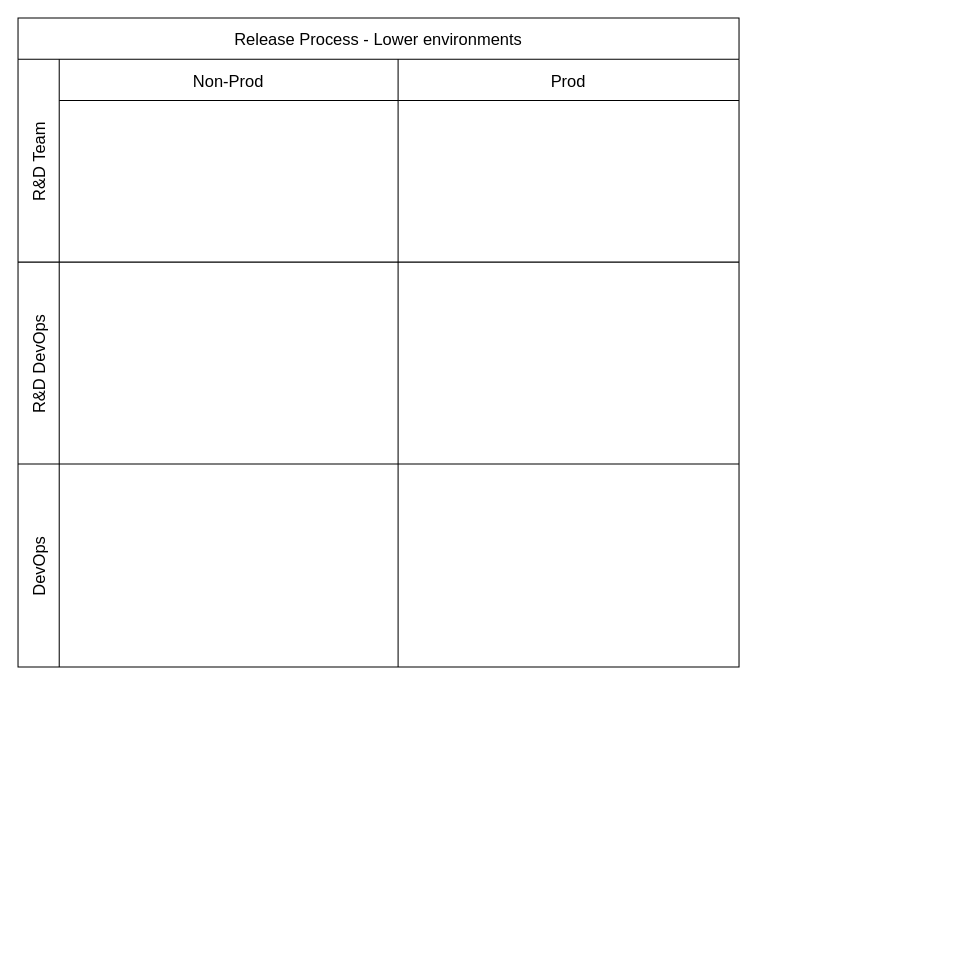
This is Release process.drawio from prasad-gsk-IBM/myibmrepo-prasad, a draw.io file, before an edit. Source tidied: cells renumbered, new cells numbered last; positions are measured from the earlier drawing's top-left corner, leaving out a move shared by most shapes. Both pictures are drawn from the tidied source at 103%, with x=0, y=0 at pixel (18, 18).
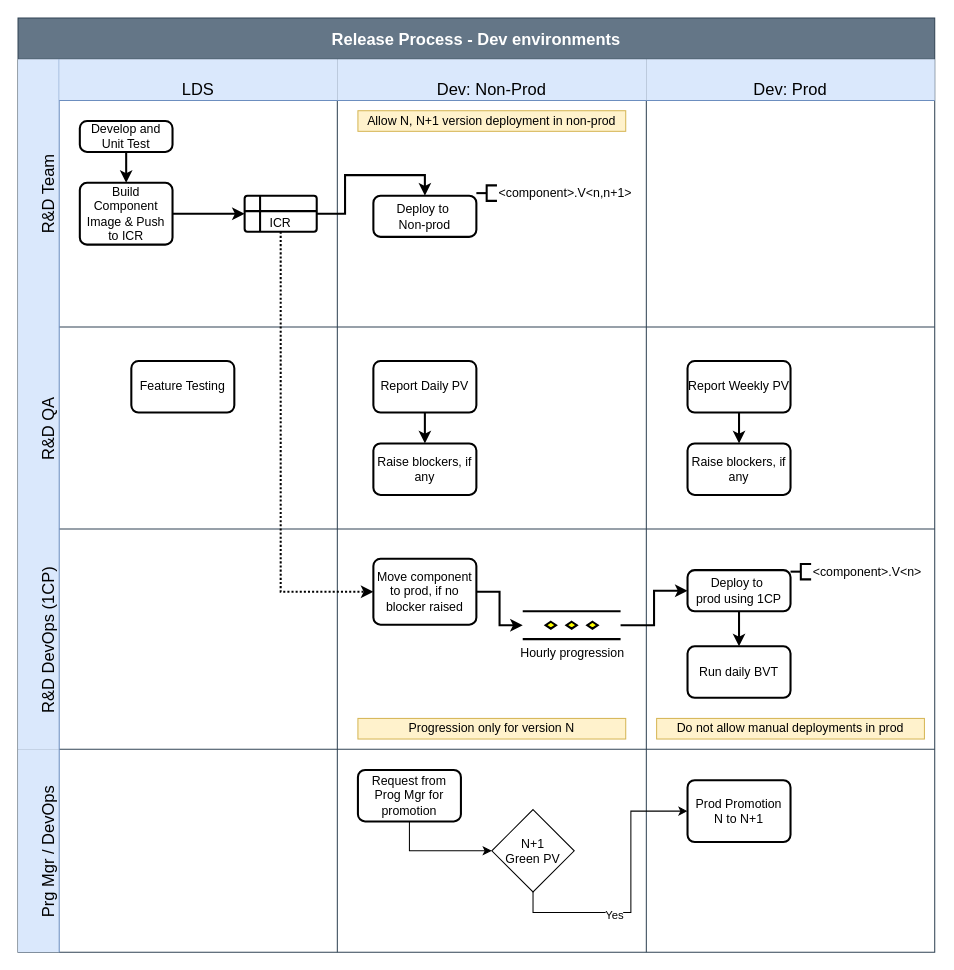
After the change.

What changed in the source:
```diff
@@
-    <mxCell id="2" value="Release Process - Lower environments" style="shape=table;childLayout=tableLayout;startSize=40;fontSize=16;" parent="1" vertex="1">
-      <mxGeometry width="700" height="630" as="geometry" />
+    <mxCell id="2" value="Release Process - Dev environments" style="shape=table;childLayout=tableLayout;startSize=40;fontSize=16;fontStyle=1;fillColor=#647687;fontColor=#ffffff;strokeColor=#314354;" parent="1" vertex="1">
+      <mxGeometry width="890" height="907" as="geometry" />
     </mxCell>
-    <mxCell id="3" value="R&amp;D Team" style="shape=tableRow;horizontal=0;swimlaneHead=0;swimlaneBody=0;top=0;left=0;strokeColor=inherit;bottom=0;right=0;fontStyle=0;fillColor=none;startSize=40;fontSize=16;flipV=0;flipH=0;" parent="2" vertex="1">
-      <mxGeometry y="40" width="700" height="197" as="geometry" />
+    <mxCell id="3" value="R&amp;D Team" style="shape=tableRow;horizontal=0;swimlaneHead=0;swimlaneBody=0;top=0;left=0;strokeColor=#6c8ebf;bottom=0;right=0;fontStyle=0;fillColor=#dae8fc;startSize=40;fontSize=16;flipV=0;flipH=0;verticalAlign=bottom;" parent="2" vertex="1">
+      <mxGeometry y="40" width="890" height="260" as="geometry" />
     </mxCell>
+    <mxCell id="12" value="LDS" style="swimlane;swimlaneHead=0;swimlaneBody=0;fontStyle=0;strokeColor=#6c8ebf;fillColor=#dae8fc;startSize=40;fontSize=16;verticalAlign=bottom;" parent="3" vertex="1">
+      <mxGeometry x="40" width="270" height="260" as="geometry" />
+    </mxCell>
+    <mxCell id="13" style="edgeStyle=orthogonalEdgeStyle;rounded=0;jettySize=auto;html=1;exitX=0.5;exitY=1;exitDx=0;exitDy=0;entryX=0.5;entryY=0;entryDx=0;entryDy=0;strokeWidth=2;" parent="12" edge="1" source="14" target="16">
+      <mxGeometry relative="1" as="geometry" />
+    </mxCell>
+    <mxCell id="14" value="Develop and Unit Test" style="rounded=1;whiteSpace=wrap;html=1;absoluteArcSize=1;arcSize=14;strokeWidth=2;" parent="12" vertex="1">
+      <mxGeometry x="20" y="60" width="90" height="30" as="geometry" />
+    </mxCell>
+    <mxCell id="15" style="edgeStyle=orthogonalEdgeStyle;rounded=0;jettySize=auto;html=1;exitX=1;exitY=0.5;exitDx=0;exitDy=0;entryX=0;entryY=0.5;entryDx=0;entryDy=0;strokeWidth=2;" parent="12" edge="1" source="16" target="17">
+      <mxGeometry relative="1" as="geometry" />
+    </mxCell>
+    <mxCell id="16" value="Build Component Image &amp;amp; Push to ICR" style="rounded=1;whiteSpace=wrap;html=1;absoluteArcSize=1;arcSize=14;strokeWidth=2;" parent="12" vertex="1">
+      <mxGeometry x="20" y="120" width="90" height="60" as="geometry" />
+    </mxCell>
+    <mxCell id="17" value="ICR" style="shape=internalStorage;whiteSpace=wrap;html=1;dx=15;dy=15;rounded=1;arcSize=8;strokeWidth=2;verticalAlign=bottom;" parent="12" vertex="1">
+      <mxGeometry x="180" y="132.5" width="70" height="35" as="geometry" />
+    </mxCell>
-    <mxCell id="4" value="Non-Prod" style="swimlane;swimlaneHead=0;swimlaneBody=0;fontStyle=0;strokeColor=inherit;fillColor=none;startSize=40;fontSize=16;" parent="3" vertex="1">
-      <mxGeometry x="40" width="329" height="197" as="geometry" />
+    <mxCell id="4" value="Dev: Non-Prod" style="swimlane;swimlaneHead=0;swimlaneBody=0;fontStyle=0;strokeColor=#6c8ebf;fillColor=#dae8fc;startSize=40;fontSize=16;verticalAlign=bottom;" parent="3" vertex="1">
+      <mxGeometry x="310" width="300" height="260" as="geometry" />
     </mxCell>
+    <mxCell id="18" value="Deploy to&amp;nbsp;&lt;div&gt;Non-prod&lt;/div&gt;" style="rounded=1;whiteSpace=wrap;html=1;absoluteArcSize=1;arcSize=14;strokeWidth=2;" parent="4" vertex="1">
+      <mxGeometry x="35" y="132.5" width="100" height="40" as="geometry" />
+    </mxCell>
+    <mxCell id="19" value="&amp;lt;component&amp;gt;.V&amp;lt;n,n+1&amp;gt;" style="strokeWidth=2;html=1;shape=mxgraph.flowchart.annotation_2;align=left;labelPosition=right;" parent="4" vertex="1">
+      <mxGeometry x="135" y="122.5" width="20" height="15" as="geometry" />
+    </mxCell>
+    <mxCell id="20" value="Allow N, N+1 version deployment in non-prod" style="html=1;whiteSpace=wrap;fillColor=#fff2cc;strokeColor=#d6b656;" parent="4" vertex="1">
+      <mxGeometry x="20" y="50" width="260" height="20" as="geometry" />
+    </mxCell>
-    <mxCell id="5" value="Prod" style="swimlane;swimlaneHead=0;swimlaneBody=0;fontStyle=0;strokeColor=inherit;fillColor=none;startSize=40;fontSize=16;" parent="3" vertex="1">
-      <mxGeometry x="369" width="331" height="197" as="geometry" />
+    <mxCell id="5" value="Dev: Prod" style="swimlane;swimlaneHead=0;swimlaneBody=0;fontStyle=0;strokeColor=#6c8ebf;fillColor=#dae8fc;startSize=40;fontSize=16;verticalAlign=bottom;" parent="3" vertex="1">
+      <mxGeometry x="610" width="280" height="260" as="geometry" />
     </mxCell>
+    <mxCell id="21" style="edgeStyle=orthogonalEdgeStyle;rounded=0;jettySize=auto;html=1;exitX=1;exitY=0.5;exitDx=0;exitDy=0;entryX=0.5;entryY=0;entryDx=0;entryDy=0;strokeWidth=2;" parent="3" edge="1" source="17" target="18">
+      <mxGeometry relative="1" as="geometry" />
+    </mxCell>
+    <mxCell id="22" value="R&amp;D QA" style="shape=tableRow;horizontal=0;swimlaneHead=0;swimlaneBody=0;top=0;left=0;strokeColor=#6c8ebf;bottom=0;right=0;fontStyle=0;fillColor=#dae8fc;startSize=40;fontSize=16;flipV=0;flipH=0;verticalAlign=bottom;" parent="2" vertex="1">
+      <mxGeometry y="300" width="890" height="196" as="geometry" />
+    </mxCell>
+    <mxCell id="23" style="swimlane;swimlaneHead=0;swimlaneBody=0;fontStyle=0;strokeColor=#6c8ebf;fillColor=#dae8fc;startSize=0;fontSize=16;verticalAlign=bottom;" parent="22" vertex="1">
+      <mxGeometry x="40" width="270" height="196" as="geometry" />
+    </mxCell>
+    <mxCell id="24" value="Feature Testing" style="rounded=1;whiteSpace=wrap;html=1;absoluteArcSize=1;arcSize=14;strokeWidth=2;" parent="23" vertex="1">
+      <mxGeometry x="70" y="33" width="100" height="50" as="geometry" />
+    </mxCell>
+    <mxCell id="25" style="swimlane;swimlaneHead=0;swimlaneBody=0;fontStyle=0;strokeColor=#6c8ebf;fillColor=#dae8fc;startSize=0;fontSize=16;verticalAlign=bottom;strokeWidth=2;" parent="22" vertex="1">
+      <mxGeometry x="310" width="300" height="196" as="geometry" />
+    </mxCell>
+    <mxCell id="26" style="edgeStyle=orthogonalEdgeStyle;rounded=0;jettySize=auto;html=1;exitX=0.5;exitY=1;exitDx=0;exitDy=0;entryX=0.5;entryY=0;entryDx=0;entryDy=0;strokeWidth=2;" parent="25" edge="1" source="27" target="28">
+      <mxGeometry relative="1" as="geometry" />
+    </mxCell>
+    <mxCell id="27" value="Report Daily PV" style="rounded=1;whiteSpace=wrap;html=1;absoluteArcSize=1;arcSize=14;strokeWidth=2;" parent="25" vertex="1">
+      <mxGeometry x="35" y="33" width="100" height="50" as="geometry" />
+    </mxCell>
+    <mxCell id="28" value="Raise blockers, if any" style="rounded=1;whiteSpace=wrap;html=1;absoluteArcSize=1;arcSize=14;strokeWidth=2;" parent="25" vertex="1">
+      <mxGeometry x="35" y="113" width="100" height="50" as="geometry" />
+    </mxCell>
+    <mxCell id="29" style="swimlane;swimlaneHead=0;swimlaneBody=0;fontStyle=0;strokeColor=#6c8ebf;fillColor=#dae8fc;startSize=0;fontSize=16;verticalAlign=bottom;strokeWidth=2;" parent="22" vertex="1">
+      <mxGeometry x="610" width="280" height="196" as="geometry" />
+    </mxCell>
+    <mxCell id="30" style="edgeStyle=orthogonalEdgeStyle;rounded=0;jettySize=auto;html=1;exitX=0.5;exitY=1;exitDx=0;exitDy=0;entryX=0.5;entryY=0;entryDx=0;entryDy=0;strokeWidth=2;" parent="29" edge="1" source="31" target="32">
+      <mxGeometry relative="1" as="geometry" />
+    </mxCell>
+    <mxCell id="31" value="Report Weekly PV" style="rounded=1;whiteSpace=wrap;html=1;absoluteArcSize=1;arcSize=14;strokeWidth=2;" parent="29" vertex="1">
+      <mxGeometry x="40" y="33" width="100" height="50" as="geometry" />
+    </mxCell>
+    <mxCell id="32" value="Raise blockers, if any" style="rounded=1;whiteSpace=wrap;html=1;absoluteArcSize=1;arcSize=14;strokeWidth=2;" parent="29" vertex="1">
+      <mxGeometry x="40" y="113" width="100" height="50" as="geometry" />
+    </mxCell>
-    <mxCell id="6" value="R&amp;D DevOps" style="shape=tableRow;horizontal=0;swimlaneHead=0;swimlaneBody=0;top=0;left=0;strokeColor=inherit;bottom=0;right=0;fontStyle=0;fillColor=none;startSize=40;fontSize=16;flipV=0;flipH=0;" parent="2" vertex="1">
-      <mxGeometry y="237" width="700" height="196" as="geometry" />
+    <mxCell id="6" value="R&amp;D DevOps (1CP)" style="shape=tableRow;horizontal=0;swimlaneHead=0;swimlaneBody=0;top=0;left=0;strokeColor=#6c8ebf;bottom=0;right=0;fontStyle=0;fillColor=#dae8fc;startSize=40;fontSize=16;flipV=0;flipH=0;verticalAlign=bottom;" parent="2" vertex="1">
+      <mxGeometry y="496" width="890" height="214" as="geometry" />
     </mxCell>
+    <mxCell id="33" style="swimlane;swimlaneHead=0;swimlaneBody=0;fontStyle=0;strokeColor=#6c8ebf;fillColor=#dae8fc;startSize=0;fontSize=16;verticalAlign=bottom;" parent="6" vertex="1">
+      <mxGeometry x="40" width="270" height="214" as="geometry" />
+    </mxCell>
-    <mxCell id="7" style="swimlane;swimlaneHead=0;swimlaneBody=0;fontStyle=0;strokeColor=inherit;fillColor=none;startSize=0;fontSize=16;" parent="6" vertex="1">
-      <mxGeometry x="40" width="329" height="196" as="geometry" />
+    <mxCell id="7" style="swimlane;swimlaneHead=0;swimlaneBody=0;fontStyle=0;strokeColor=#6c8ebf;fillColor=#dae8fc;startSize=0;fontSize=16;verticalAlign=bottom;" parent="6" vertex="1">
+      <mxGeometry x="310" width="300" height="214" as="geometry" />
     </mxCell>
+    <mxCell id="34" value="Move component to prod, if no blocker raised" style="rounded=1;whiteSpace=wrap;html=1;absoluteArcSize=1;arcSize=14;strokeWidth=2;" parent="7" vertex="1">
+      <mxGeometry x="35" y="29" width="100" height="64" as="geometry" />
+    </mxCell>
+    <mxCell id="35" style="edgeStyle=orthogonalEdgeStyle;rounded=0;jettySize=auto;html=1;exitX=1;exitY=0.5;exitDx=0;exitDy=0;entryX=0;entryY=0.5;entryDx=0;entryDy=0;strokeWidth=2;" parent="7" edge="1" source="34" target="36">
+      <mxGeometry relative="1" as="geometry" />
+    </mxCell>
+    <mxCell id="36" value="Hourly progression" style="verticalLabelPosition=bottom;verticalAlign=top;html=1;shape=mxgraph.flowchart.parallel_mode;strokeWidth=2;" parent="7" vertex="1">
+      <mxGeometry x="180" y="80" width="95" height="27" as="geometry" />
+    </mxCell>
+    <mxCell id="37" value="Progression only for version N" style="html=1;whiteSpace=wrap;fillColor=#fff2cc;strokeColor=#d6b656;" parent="7" vertex="1">
+      <mxGeometry x="20" y="184" width="260" height="20" as="geometry" />
+    </mxCell>
-    <mxCell id="8" style="swimlane;swimlaneHead=0;swimlaneBody=0;fontStyle=0;strokeColor=inherit;fillColor=none;startSize=0;fontSize=16;" parent="6" vertex="1">
-      <mxGeometry x="369" width="331" height="196" as="geometry" />
+    <mxCell id="8" style="swimlane;swimlaneHead=0;swimlaneBody=0;fontStyle=0;strokeColor=#6c8ebf;fillColor=#dae8fc;startSize=0;fontSize=16;verticalAlign=bottom;" parent="6" vertex="1">
+      <mxGeometry x="610" width="280" height="214" as="geometry" />
     </mxCell>
+    <mxCell id="38" style="edgeStyle=none;rounded=0;jettySize=auto;html=1;exitX=0.5;exitY=1;exitDx=0;exitDy=0;entryX=0.5;entryY=0;entryDx=0;entryDy=0;strokeWidth=2;" parent="8" edge="1" source="39" target="41">
+      <mxGeometry relative="1" as="geometry" />
+    </mxCell>
+    <mxCell id="39" value="Deploy to&amp;nbsp;&lt;div&gt;prod using 1CP&lt;/div&gt;" style="rounded=1;whiteSpace=wrap;html=1;absoluteArcSize=1;arcSize=14;strokeWidth=2;" parent="8" vertex="1">
+      <mxGeometry x="40" y="40" width="100" height="40" as="geometry" />
+    </mxCell>
+    <mxCell id="40" value="&amp;lt;component&amp;gt;.V&amp;lt;n&amp;gt;" style="strokeWidth=2;html=1;shape=mxgraph.flowchart.annotation_2;align=left;labelPosition=right;" parent="8" vertex="1">
+      <mxGeometry x="140" y="34" width="20" height="15" as="geometry" />
+    </mxCell>
+    <mxCell id="41" value="Run daily BVT" style="rounded=1;whiteSpace=wrap;html=1;absoluteArcSize=1;arcSize=14;strokeWidth=2;" parent="8" vertex="1">
+      <mxGeometry x="40" y="114" width="100" height="50" as="geometry" />
+    </mxCell>
+    <mxCell id="42" style="edgeStyle=none;rounded=0;orthogonalLoop=1;jettySize=auto;html=1;exitX=1;exitY=0.5;exitDx=0;exitDy=0;exitPerimeter=0;" parent="8" edge="1" source="40" target="40">
+      <mxGeometry relative="1" as="geometry" />
+    </mxCell>
+    <mxCell id="43" value="Do not allow manual deployments in prod" style="html=1;whiteSpace=wrap;fillColor=#fff2cc;strokeColor=#d6b656;" parent="8" vertex="1">
+      <mxGeometry x="10" y="184" width="260" height="20" as="geometry" />
+    </mxCell>
+    <mxCell id="44" style="edgeStyle=orthogonalEdgeStyle;rounded=0;jettySize=auto;html=1;exitX=1;exitY=0.5;exitDx=0;exitDy=0;entryX=0;entryY=0.5;entryDx=0;entryDy=0;strokeWidth=2;" parent="6" edge="1" source="36" target="39">
+      <mxGeometry relative="1" as="geometry" />
+    </mxCell>
-    <mxCell id="9" value="DevOps" style="shape=tableRow;horizontal=0;swimlaneHead=0;swimlaneBody=0;top=0;left=0;strokeColor=inherit;bottom=0;right=0;fontStyle=0;fillColor=none;startSize=40;fontSize=16;flipV=0;flipH=0;" parent="2" vertex="1">
-      <mxGeometry y="433" width="700" height="197" as="geometry" />
+    <mxCell id="9" value="Prg Mgr / DevOps" style="shape=tableRow;horizontal=0;swimlaneHead=0;swimlaneBody=0;top=0;left=0;strokeColor=#6c8ebf;bottom=0;right=0;fontStyle=0;fillColor=#dae8fc;startSize=40;fontSize=16;flipV=0;flipH=0;verticalAlign=bottom;" parent="2" vertex="1">
+      <mxGeometry y="710" width="890" height="197" as="geometry" />
     </mxCell>
+    <mxCell id="45" style="swimlane;swimlaneHead=0;swimlaneBody=0;fontStyle=0;strokeColor=#6c8ebf;fillColor=#dae8fc;startSize=0;fontSize=16;verticalAlign=bottom;" parent="9" vertex="1">
+      <mxGeometry x="40" width="270" height="197" as="geometry" />
+    </mxCell>
-    <mxCell id="10" style="swimlane;swimlaneHead=0;swimlaneBody=0;fontStyle=0;strokeColor=inherit;fillColor=none;startSize=0;fontSize=16;" parent="9" vertex="1">
-      <mxGeometry x="40" width="329" height="197" as="geometry" />
+    <mxCell id="10" style="swimlane;swimlaneHead=0;swimlaneBody=0;fontStyle=0;strokeColor=#6c8ebf;fillColor=#dae8fc;startSize=0;fontSize=16;verticalAlign=bottom;" parent="9" vertex="1">
+      <mxGeometry x="310" width="300" height="197" as="geometry" />
     </mxCell>
+    <mxCell id="46" value="N+1&lt;div&gt;Green PV&lt;/div&gt;" style="rhombus;whiteSpace=wrap;html=1;" parent="10" vertex="1">
+      <mxGeometry x="150" y="58.5" width="80" height="80" as="geometry" />
+    </mxCell>
+    <mxCell id="47" style="edgeStyle=orthogonalEdgeStyle;rounded=0;jettySize=auto;html=1;exitX=0.5;exitY=1;exitDx=0;exitDy=0;entryX=0;entryY=0.5;entryDx=0;entryDy=0;" parent="10" edge="1" source="48" target="46">
+      <mxGeometry relative="1" as="geometry" />
+    </mxCell>
+    <mxCell id="48" value="Request from Prog Mgr for promotion" style="rounded=1;whiteSpace=wrap;html=1;absoluteArcSize=1;arcSize=14;strokeWidth=2;" parent="10" vertex="1">
+      <mxGeometry x="20" y="20" width="100" height="50" as="geometry" />
+    </mxCell>
-    <mxCell id="11" style="swimlane;swimlaneHead=0;swimlaneBody=0;fontStyle=0;strokeColor=inherit;fillColor=none;startSize=0;fontSize=16;" parent="9" vertex="1">
-      <mxGeometry x="369" width="331" height="197" as="geometry" />
+    <mxCell id="11" style="swimlane;swimlaneHead=0;swimlaneBody=0;fontStyle=0;strokeColor=#6c8ebf;fillColor=#dae8fc;startSize=0;fontSize=16;verticalAlign=bottom;" parent="9" vertex="1">
+      <mxGeometry x="610" width="280" height="197" as="geometry" />
     </mxCell>
+    <mxCell id="49" value="Prod Promotion&lt;div&gt;N to N+1&lt;/div&gt;" style="rounded=1;whiteSpace=wrap;html=1;absoluteArcSize=1;arcSize=14;strokeWidth=2;" parent="11" vertex="1">
+      <mxGeometry x="40" y="30" width="100" height="60" as="geometry" />
+    </mxCell>
+    <mxCell id="50" style="edgeStyle=orthogonalEdgeStyle;rounded=0;jettySize=auto;html=1;exitX=0.5;exitY=1;exitDx=0;exitDy=0;entryX=0;entryY=0.5;entryDx=0;entryDy=0;" parent="9" edge="1" source="46" target="49">
+      <mxGeometry relative="1" as="geometry" />
+    </mxCell>
+    <mxCell id="51" value="Yes" style="edgeLabel;html=1;align=center;verticalAlign=middle;" parent="50" vertex="1">
+      <mxGeometry x="-0.27" y="-2" relative="1" as="geometry" />
+    </mxCell>
+    <mxCell id="52" style="edgeStyle=orthogonalEdgeStyle;rounded=0;jettySize=auto;html=1;exitX=0.5;exitY=1;exitDx=0;exitDy=0;entryX=0;entryY=0.5;entryDx=0;entryDy=0;strokeWidth=2;dashed=1;dashPattern=1 1;" parent="2" edge="1" source="17" target="34">
+      <mxGeometry relative="1" as="geometry" />
+    </mxCell>
```
